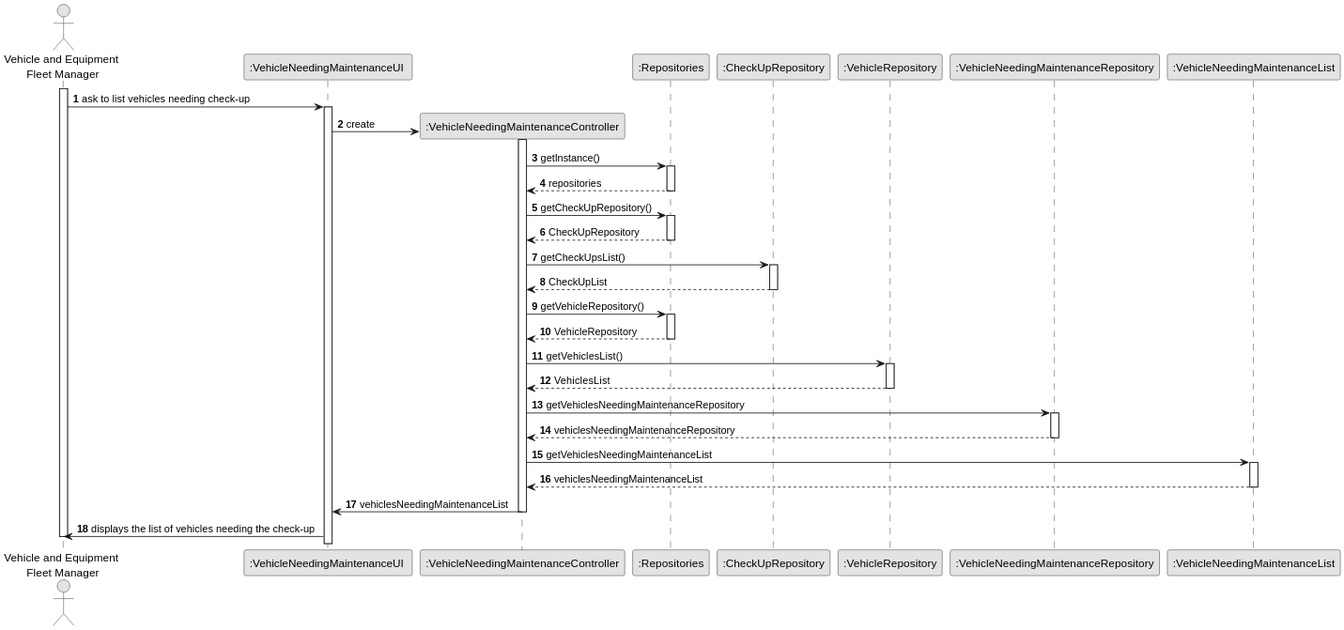
This is docs/sprintA&B/us008/03.design/svg/us008-sequence-diagram-full.svg from daniel41silva05/ISEP_2023_2024_LAPR2, a PlantUML export, as it was before one commit. Its diagram source:
```plantuml
@startuml
skinparam monochrome true
skinparam packageStyle rectangle
skinparam shadowing false

autonumber

actor "Vehicle and Equipment\n Fleet Manager" as VFM
participant ":VehicleNeedingMaintenanceUI " as UI
participant ":VehicleNeedingMaintenanceController" as CTRL
participant ":Repositories" as RepositorySingleton
participant ":CheckUpRepository" as CheckUpRepository
participant ":VehicleRepository" as VR
participant ":VehicleNeedingMaintenanceRepository" as MaintenanceRep
participant ":VehicleNeedingMaintenanceList" as MaintenanceList

activate VFM

        VFM -> UI : ask to list vehicles needing check-up

        activate UI

            UI -> CTRL** : create

            activate CTRL

                CTRL -> RepositorySingleton : getInstance()
                activate RepositorySingleton

                    RepositorySingleton --> CTRL: repositories

                deactivate RepositorySingleton

                CTRL -> RepositorySingleton : getCheckUpRepository()

                activate RepositorySingleton

                    RepositorySingleton --> CTRL: CheckUpRepository

               deactivate RepositorySingleton

                    CTRL -> CheckUpRepository : getCheckUpsList()

               activate CheckUpRepository

               CheckUpRepository --> CTRL: CheckUpList

               deactivate CheckUpRepository

                deactivate CheckUpRepository

                              deactivate RepositorySingleton

                              CTRL -> RepositorySingleton : getVehicleRepository()

                              activate RepositorySingleton

                                  RepositorySingleton --> CTRL: VehicleRepository

                             deactivate RepositorySingleton

                              CTRL -> VR : getVehiclesList()

                              activate VR

                              VR --> CTRL: VehiclesList

                              deactivate VR

                             CTRL -> MaintenanceRep: getVehiclesNeedingMaintenanceRepository

                              activate MaintenanceRep

                             MaintenanceRep --> CTRL: vehiclesNeedingMaintenanceRepository

                              deactivate MaintenanceRep

                              CTRL -> MaintenanceList: getVehiclesNeedingMaintenanceList

                              activate MaintenanceList

                              MaintenanceList --> CTRL: vehiclesNeedingMaintenanceList

                              deactivate MaintenanceList

                              CTRL -> UI : vehiclesNeedingMaintenanceList

                          deactivate CTRL

                UI -> VFM : displays the list of vehicles needing the check-up

deactivate VFM
@enduml
```
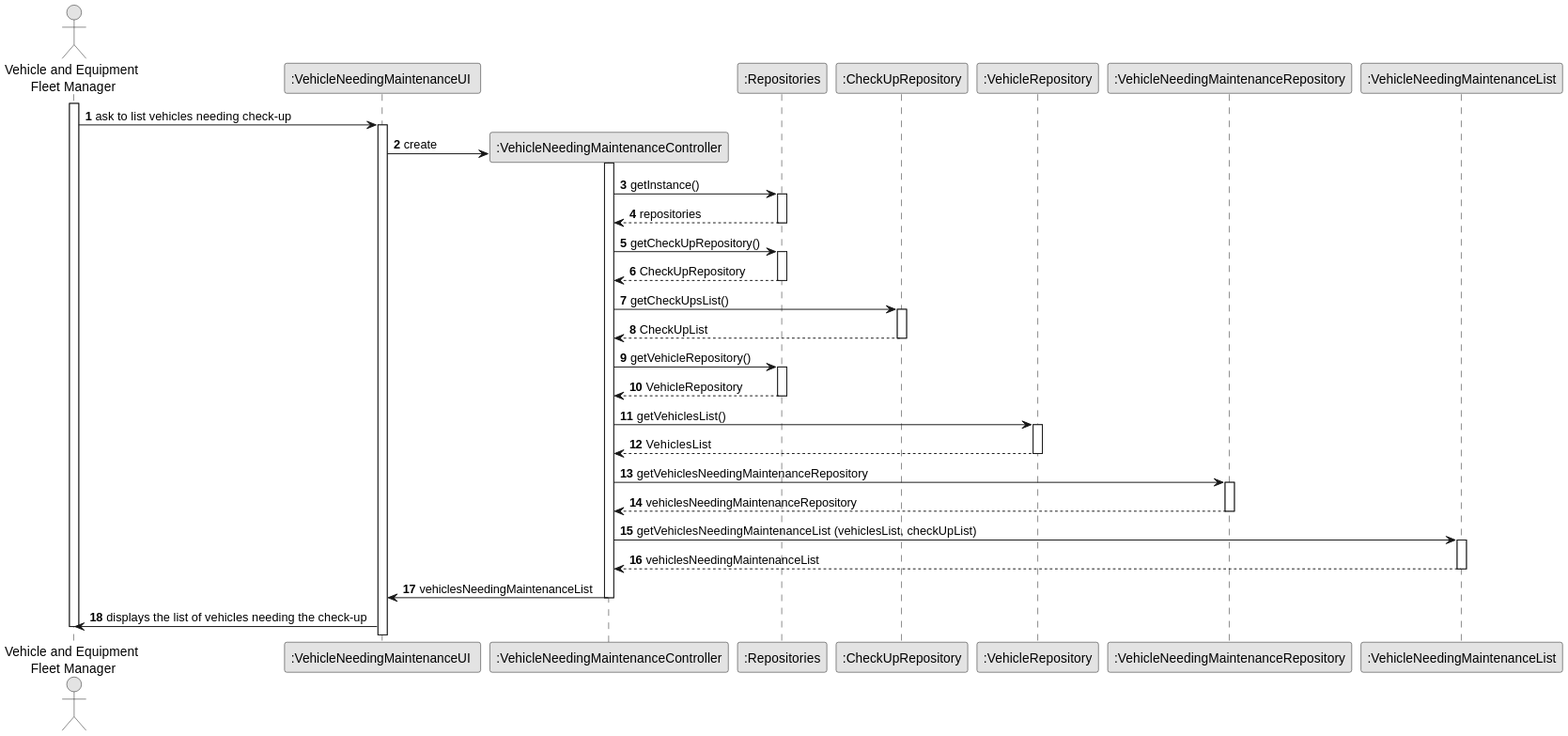
The same file after the commit.

Commit message:
US008 sequence diagram partial

Diff of the diagram source:
```diff
@@ -75,7 +75,7 @@
 
                               deactivate MaintenanceRep
 
-                              CTRL -> MaintenanceList: getVehiclesNeedingMaintenanceList
+                              CTRL -> MaintenanceList: getVehiclesNeedingMaintenanceList (vehiclesList, checkUpList)
 
                               activate MaintenanceList
 
```
